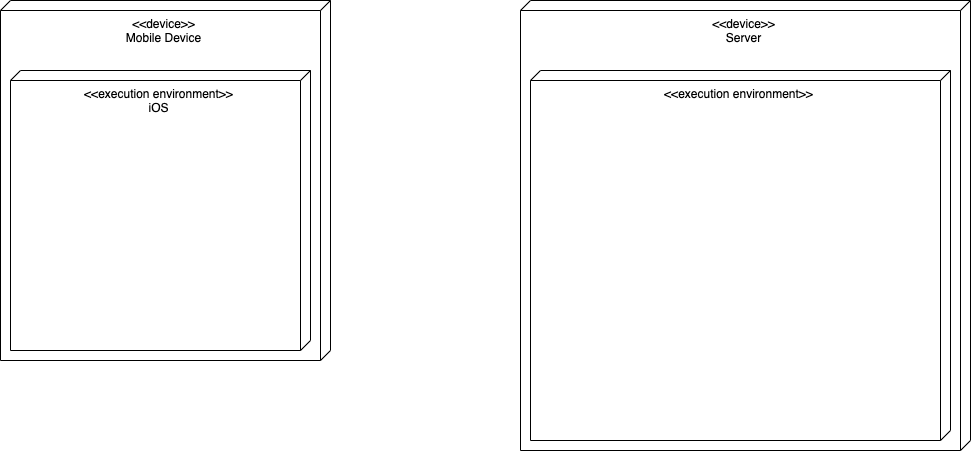
smitbmx/Architecture-Diagrams keeps this draw.io diagram as Communicating Architecture/UML Deployment Diagram/Deployment Application Diagram.png. Above is the earlier version. Source tidied: cells renumbered, new cells last; positions are measured from the earlier drawing's top-left corner, leaving out a move shared by most shapes.
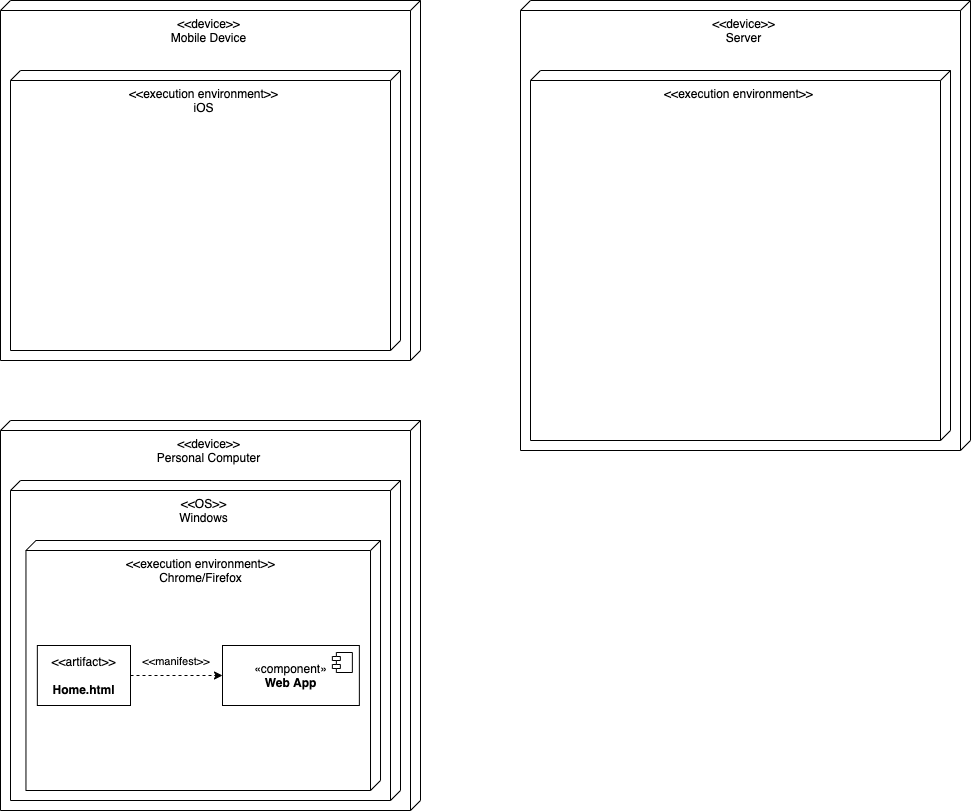
After the change.

Diff of the diagram source:
```diff
@@ -11,12 +11,40 @@
       </mxGeometry>
     </mxCell>
     <mxCell id="4" value="&amp;lt;&amp;lt;device&amp;gt;&amp;gt;&lt;br&gt;Mobile Device" style="verticalAlign=top;align=center;shape=cube;size=10;direction=south;fontStyle=0;html=1;boundedLbl=1;spacingLeft=5;" parent="1" vertex="1">
-      <mxGeometry width="330" height="360" as="geometry" />
+      <mxGeometry width="420" height="360" as="geometry" />
     </mxCell>
     <mxCell id="5" value="&amp;lt;&amp;lt;execution environment&amp;gt;&amp;gt;&lt;br&gt;iOS" style="verticalAlign=top;align=center;shape=cube;size=10;direction=south;html=1;boundedLbl=1;spacingLeft=5;" parent="4" vertex="1">
-      <mxGeometry width="300" height="280" relative="1" as="geometry">
+      <mxGeometry width="390" height="280" relative="1" as="geometry">
         <mxPoint x="10" y="70" as="offset" />
       </mxGeometry>
     </mxCell>
+    <mxCell id="6" value="&amp;lt;&amp;lt;device&amp;gt;&amp;gt;&lt;br&gt;Personal Computer" style="verticalAlign=top;align=center;shape=cube;size=10;direction=south;fontStyle=0;html=1;boundedLbl=1;spacingLeft=5;" parent="1" vertex="1">
+      <mxGeometry y="420" width="420" height="390" as="geometry" />
+    </mxCell>
+    <mxCell id="7" value="&amp;lt;&amp;lt;OS&amp;gt;&amp;gt;&lt;br&gt;Windows" style="verticalAlign=top;align=center;shape=cube;size=10;direction=south;html=1;boundedLbl=1;spacingLeft=5;" parent="6" vertex="1">
+      <mxGeometry width="390" height="320" relative="1" as="geometry">
+        <mxPoint x="10" y="60" as="offset" />
+      </mxGeometry>
+    </mxCell>
+    <mxCell id="8" value="&amp;lt;&amp;lt;execution environment&amp;gt;&amp;gt;&lt;br&gt;Chrome/Firefox" style="verticalAlign=top;align=center;shape=cube;size=10;direction=south;html=1;boundedLbl=1;spacingLeft=5;" parent="6" vertex="1">
+      <mxGeometry x="25.4" y="120" width="354.6" height="250" as="geometry" />
+    </mxCell>
+    <mxCell id="9" value="«component»&lt;br&gt;&lt;b&gt;Web App&lt;br&gt;&lt;/b&gt;" style="html=1;align=center;" parent="6" vertex="1">
+      <mxGeometry x="222" y="225" width="136.9" height="60" as="geometry" />
+    </mxCell>
+    <mxCell id="10" style="shape=module;jettyWidth=8;jettyHeight=4;align=center;" parent="9" vertex="1">
+      <mxGeometry x="1" width="20" height="20" relative="1" as="geometry">
+        <mxPoint x="-27" y="7" as="offset" />
+      </mxGeometry>
+    </mxCell>
+    <mxCell id="11" style="edgeStyle=orthogonalEdgeStyle;rounded=0;jettySize=auto;html=1;dashed=1;" parent="6" edge="1" source="12" target="9">
+      <mxGeometry relative="1" as="geometry" />
+    </mxCell>
+    <mxCell id="12" value="&amp;lt;&amp;lt;artifact&amp;gt;&amp;gt;&lt;br&gt;&lt;br&gt;&lt;b&gt;Home.html&lt;/b&gt;" style="text;html=1;align=center;verticalAlign=middle;dashed=0;fillColor=#ffffff;strokeColor=#000000;" parent="6" vertex="1">
+      <mxGeometry x="36.8" y="225" width="93.2" height="60" as="geometry" />
+    </mxCell>
+    <mxCell id="13" value="&lt;font style=&quot;font-size: 11px&quot;&gt;&amp;lt;&amp;lt;manifest&amp;gt;&amp;gt;&lt;/font&gt;" style="text;html=1;strokeColor=none;fillColor=none;align=center;verticalAlign=middle;whiteSpace=wrap;rounded=0;" parent="6" vertex="1">
+      <mxGeometry x="146" y="225" width="60" height="30" as="geometry" />
+    </mxCell>
   </root>
 </mxGraphModel>
```
